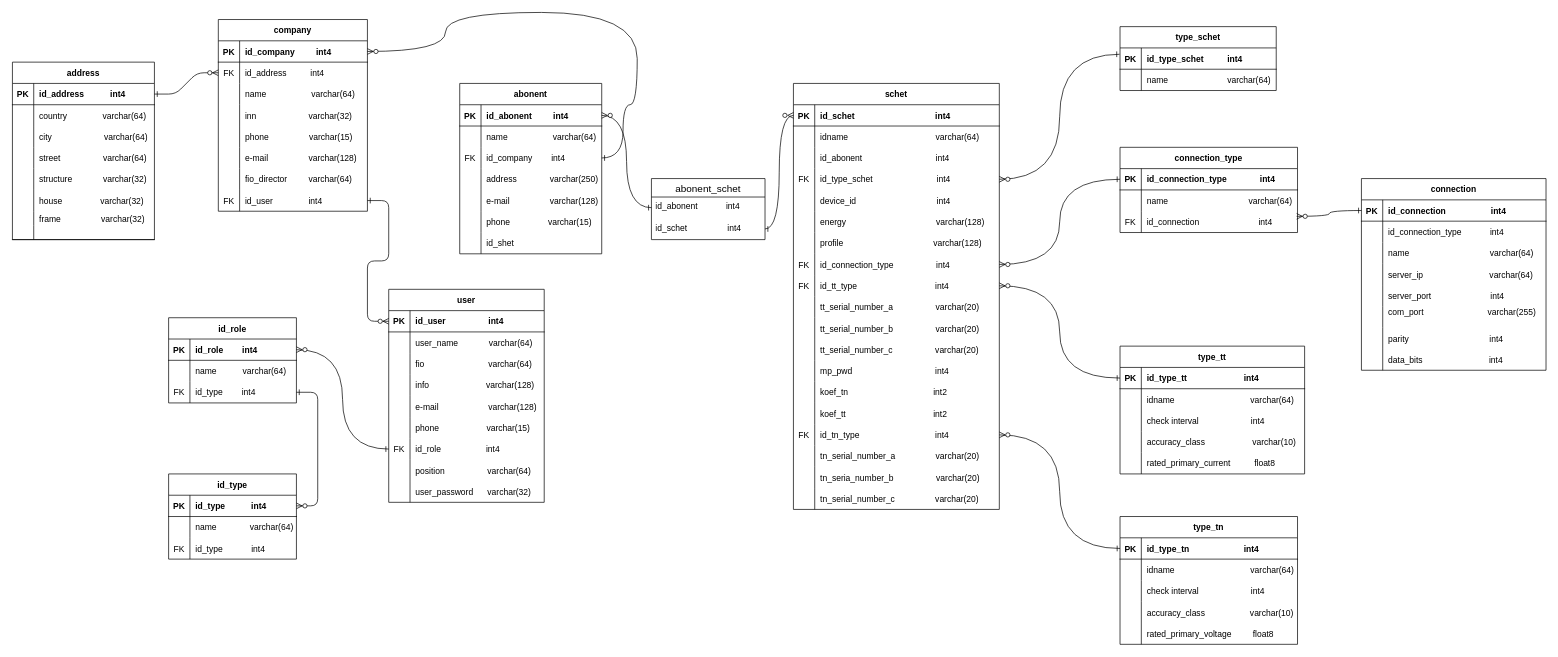
Before: Диаграмма без названия.drawio in Leonid-Shashkin/Postgres, a draw.io diagram. Source tidied: cells renumbered, new cells numbered last; positions are measured from the earlier drawing's top-left corner, leaving out a move shared by most shapes. Both pictures are drawn from the tidied source at 71%, with x=0, y=0 at pixel (12, 12).
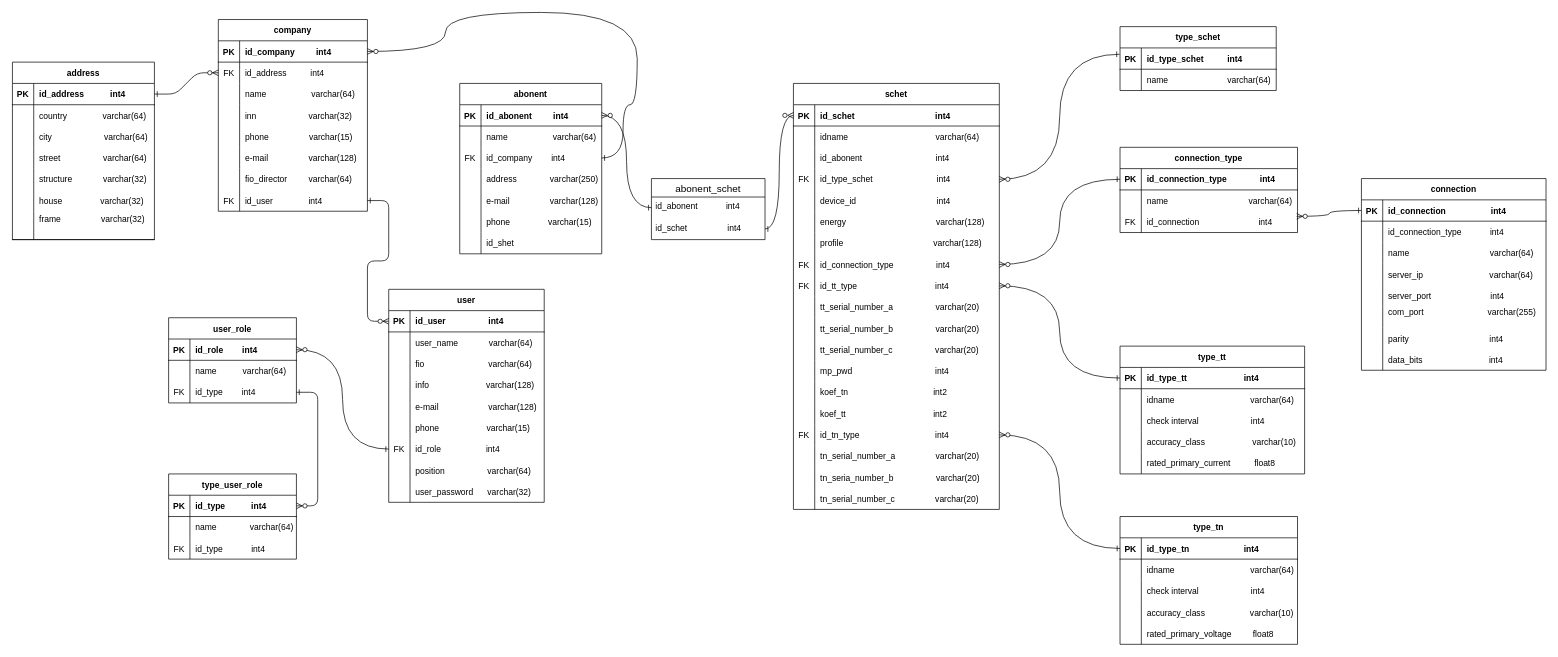
The same page after the edit.

Change to the diagram source:
```diff
@@
-    <mxCell id="244" value="id_role" style="shape=table;startSize=30;childLayout=tableLayout;rowLines=0;fontStyle=1;align=center;" parent="1" vertex="1">
+    <mxCell id="244" value="user_role" style="shape=table;startSize=30;childLayout=tableLayout;rowLines=0;fontStyle=1;align=center;" parent="1" vertex="1">
       <mxGeometry x="220" y="430" width="180" height="120" as="geometry" />
     </mxCell>
@@
-    <mxCell id="254" value="id_type" style="shape=table;startSize=30;childLayout=tableLayout;rowLines=0;fontStyle=1;align=center;" parent="1" vertex="1">
+    <mxCell id="254" value="type_user_role" style="shape=table;startSize=30;childLayout=tableLayout;rowLines=0;fontStyle=1;align=center;" parent="1" vertex="1">
       <mxGeometry x="220" y="650" width="180" height="120" as="geometry" />
     </mxCell>
```
